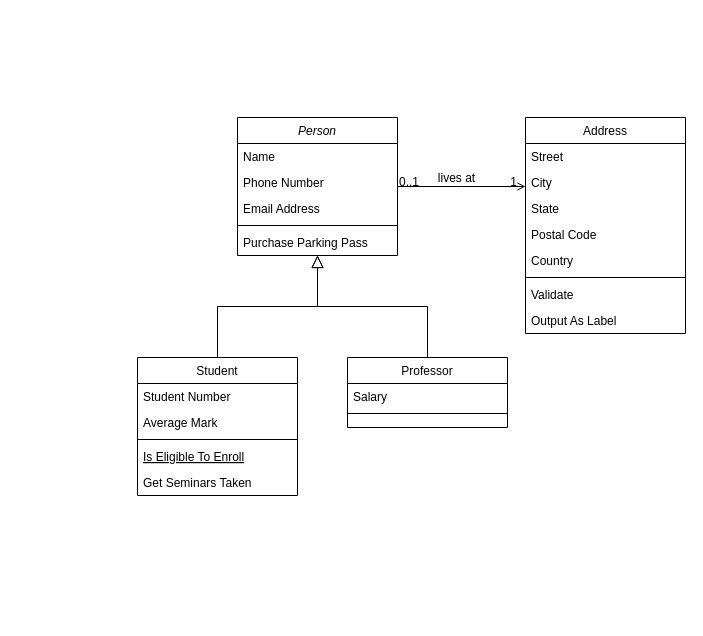
This is draw_io/名称未設定ファイル.drawio from nosh11/yacht_shisaku, a draw.io file, before an edit. Source tidied: cells renumbered, new cells numbered last; positions are measured from the earlier drawing's top-left corner, leaving out a move shared by most shapes. Both pictures are drawn from the tidied source at 100%, with x=0, y=0 at pixel (137, 117).
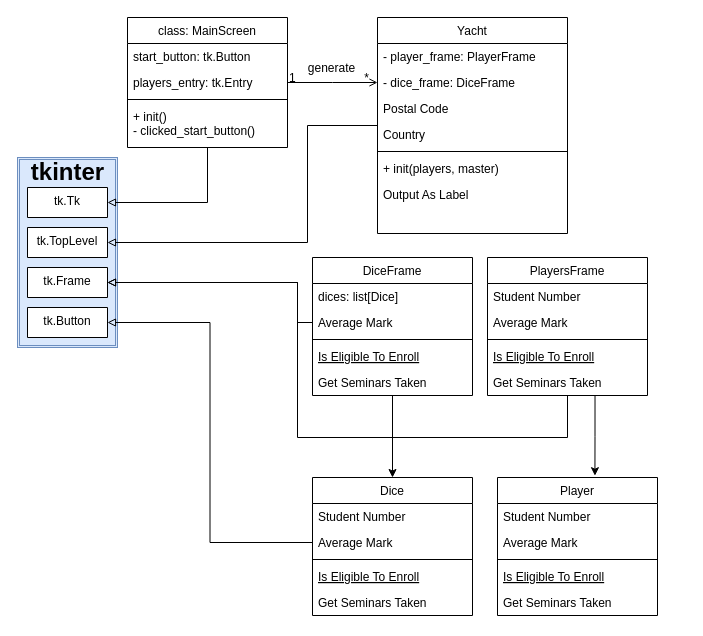
After the change.

Commit message:
クラス図.drawio を更新します

The change refers to these unchanged cells:
```xml
<mxCell id="10" value="Average Mark" style="text;align=left;verticalAlign=top;spacingLeft=4;spacingRight=4;overflow=hidden;points=[[0,0.5],[1,0.5]];portConstraint=eastwest;rounded=0;shadow=0;html=0;" parent="8" vertex="1">
  <mxGeometry y="52" width="160" height="26" as="geometry" />
</mxCell>
<mxCell id="28" style="endArrow=open;shadow=0;strokeWidth=1;rounded=0;curved=0;endFill=1;edgeStyle=elbowEdgeStyle;elbow=vertical;" parent="1" edge="1" source="2" target="19">
  <mxGeometry x="0.5" y="41" relative="1" as="geometry">
    <mxPoint x="-40" y="32" as="offset" />
  </mxGeometry>
</mxCell>
```

Change to the diagram source:
```diff
@@
+    <mxCell id="32" style="shape=ext;double=1;rounded=0;whiteSpace=wrap;html=1;fillColor=#dae8fc;strokeColor=#6c8ebf;" parent="1" vertex="1">
+      <mxGeometry x="-120" y="40" width="100" height="190" as="geometry" />
+    </mxCell>
+    <mxCell id="33" style="edgeStyle=orthogonalEdgeStyle;rounded=0;jettySize=auto;html=1;exitX=0.5;exitY=1;exitDx=0;exitDy=0;entryX=1;entryY=0.5;entryDx=0;entryDy=0;endArrow=block;endFill=0;" parent="1" edge="1" source="2" target="38">
+      <mxGeometry relative="1" as="geometry">
+        <Array as="points">
+          <mxPoint x="70" y="85" />
+        </Array>
+      </mxGeometry>
+    </mxCell>
-    <mxCell id="2" value="Person" style="swimlane;fontStyle=2;align=center;verticalAlign=top;horizontal=1;startSize=26;rounded=0;shadow=0;strokeWidth=1;" parent="1" vertex="1">
-      <mxGeometry x="100" width="160" height="138" as="geometry" />
+    <mxCell id="2" value="class: MainScreen" style="swimlane;fontStyle=0;align=center;verticalAlign=top;horizontal=1;startSize=26;rounded=0;shadow=0;strokeWidth=1;" parent="1" vertex="1">
+      <mxGeometry x="-10" y="-100" width="160" height="130" as="geometry" />
     </mxCell>
-    <mxCell id="3" value="Name" style="text;align=left;verticalAlign=top;spacingLeft=4;spacingRight=4;overflow=hidden;" parent="2" vertex="1">
+    <mxCell id="3" value="start_button: tk.Button" style="text;align=left;verticalAlign=top;spacingLeft=4;spacingRight=4;overflow=hidden;" parent="2" vertex="1">
       <mxGeometry y="26" width="160" height="26" as="geometry" />
     </mxCell>
-    <mxCell id="4" value="Phone Number" style="text;align=left;verticalAlign=top;spacingLeft=4;spacingRight=4;overflow=hidden;rounded=0;shadow=0;html=0;" parent="2" vertex="1">
+    <mxCell id="4" value="players_entry: tk.Entry" style="text;align=left;verticalAlign=top;spacingLeft=4;spacingRight=4;overflow=hidden;rounded=0;shadow=0;html=0;" parent="2" vertex="1">
       <mxGeometry y="52" width="160" height="26" as="geometry" />
     </mxCell>
-    <mxCell id="5" value="Email Address" style="text;align=left;verticalAlign=top;spacingLeft=4;spacingRight=4;overflow=hidden;rounded=0;shadow=0;html=0;" parent="2" vertex="1">
-      <mxGeometry y="78" width="160" height="26" as="geometry" />
-    </mxCell>
     <mxCell id="6" style="line;html=1;strokeWidth=1;align=left;verticalAlign=middle;spacingTop=-1;spacingLeft=3;spacingRight=3;labelPosition=right;" parent="2" vertex="1">
-      <mxGeometry y="104" width="160" height="8" as="geometry" />
+      <mxGeometry y="78" width="160" height="8" as="geometry" />
     </mxCell>
-    <mxCell id="7" value="Purchase Parking Pass" style="text;align=left;verticalAlign=top;spacingLeft=4;spacingRight=4;overflow=hidden;" parent="2" vertex="1">
-      <mxGeometry y="112" width="160" height="26" as="geometry" />
+    <mxCell id="7" value="+ init()&#10;- clicked_start_button()" style="text;align=left;verticalAlign=top;spacingLeft=4;spacingRight=4;overflow=hidden;" parent="2" vertex="1">
+      <mxGeometry y="86" width="160" height="44" as="geometry" />
     </mxCell>
+    <mxCell id="34" style="edgeStyle=orthogonalEdgeStyle;rounded=0;jettySize=auto;html=1;entryX=0.5;entryY=0;entryDx=0;entryDy=0;" parent="1" edge="1" source="8" target="48">
+      <mxGeometry relative="1" as="geometry" />
+    </mxCell>
-    <mxCell id="8" value="Student" style="swimlane;fontStyle=0;align=center;verticalAlign=top;horizontal=1;startSize=26;rounded=0;shadow=0;strokeWidth=1;" parent="1" vertex="1">
-      <mxGeometry y="240" width="160" height="138" as="geometry" />
+    <mxCell id="8" value="DiceFrame" style="swimlane;fontStyle=0;align=center;verticalAlign=top;horizontal=1;startSize=26;rounded=0;shadow=0;strokeWidth=1;" parent="1" vertex="1">
+      <mxGeometry x="175" y="140" width="160" height="138" as="geometry" />
     </mxCell>
-    <mxCell id="9" value="Student Number" style="text;align=left;verticalAlign=top;spacingLeft=4;spacingRight=4;overflow=hidden;" parent="8" vertex="1">
+    <mxCell id="9" value="dices: list[Dice]" style="text;align=left;verticalAlign=top;spacingLeft=4;spacingRight=4;overflow=hidden;" parent="8" vertex="1">
       <mxGeometry y="26" width="160" height="26" as="geometry" />
     </mxCell>
@@
-    <mxCell id="14" style="endArrow=block;endSize=10;endFill=0;shadow=0;strokeWidth=1;rounded=0;curved=0;edgeStyle=elbowEdgeStyle;elbow=vertical;" parent="1" edge="1" source="8" target="2">
-      <mxGeometry relative="1" as="geometry" />
-    </mxCell>
-    <mxCell id="15" value="Professor" style="swimlane;fontStyle=0;align=center;verticalAlign=top;horizontal=1;startSize=26;rounded=0;shadow=0;strokeWidth=1;" parent="1" vertex="1">
-      <mxGeometry x="210" y="240" width="160" height="70" as="geometry" />
-    </mxCell>
-    <mxCell id="16" value="Salary" style="text;align=left;verticalAlign=top;spacingLeft=4;spacingRight=4;overflow=hidden;" parent="15" vertex="1">
-      <mxGeometry y="26" width="160" height="26" as="geometry" />
-    </mxCell>
-    <mxCell id="17" style="line;html=1;strokeWidth=1;align=left;verticalAlign=middle;spacingTop=-1;spacingLeft=3;spacingRight=3;labelPosition=right;" parent="15" vertex="1">
-      <mxGeometry y="52" width="160" height="8" as="geometry" />
-    </mxCell>
-    <mxCell id="18" style="endArrow=block;endSize=10;endFill=0;shadow=0;strokeWidth=1;rounded=0;curved=0;edgeStyle=elbowEdgeStyle;elbow=vertical;" parent="1" edge="1" source="15" target="2">
-      <mxGeometry relative="1" as="geometry" />
-    </mxCell>
+    <mxCell id="35" style="edgeStyle=orthogonalEdgeStyle;rounded=0;jettySize=auto;html=1;entryX=1;entryY=0.5;entryDx=0;entryDy=0;endArrow=block;endFill=0;" parent="1" edge="1" source="19" target="37">
+      <mxGeometry relative="1" as="geometry">
+        <Array as="points">
+          <mxPoint x="170" y="125" />
+        </Array>
+      </mxGeometry>
+    </mxCell>
-    <mxCell id="19" value="Address" style="swimlane;fontStyle=0;align=center;verticalAlign=top;horizontal=1;startSize=26;rounded=0;shadow=0;strokeWidth=1;" parent="1" vertex="1">
-      <mxGeometry x="388" width="160" height="216" as="geometry" />
+    <mxCell id="19" value="Yacht" style="swimlane;fontStyle=0;align=center;verticalAlign=top;horizontal=1;startSize=26;rounded=0;shadow=0;strokeWidth=1;" parent="1" vertex="1">
+      <mxGeometry x="240" y="-100" width="190" height="216" as="geometry" />
     </mxCell>
-    <mxCell id="20" value="Street" style="text;align=left;verticalAlign=top;spacingLeft=4;spacingRight=4;overflow=hidden;" parent="19" vertex="1">
-      <mxGeometry y="26" width="160" height="26" as="geometry" />
+    <mxCell id="20" value="- player_frame: PlayerFrame" style="text;align=left;verticalAlign=top;spacingLeft=4;spacingRight=4;overflow=hidden;" parent="19" vertex="1">
+      <mxGeometry y="26" width="190" height="26" as="geometry" />
     </mxCell>
-    <mxCell id="21" value="City" style="text;align=left;verticalAlign=top;spacingLeft=4;spacingRight=4;overflow=hidden;rounded=0;shadow=0;html=0;" parent="19" vertex="1">
-      <mxGeometry y="52" width="160" height="26" as="geometry" />
+    <mxCell id="21" value="- dice_frame: DiceFrame" style="text;align=left;verticalAlign=top;spacingLeft=4;spacingRight=4;overflow=hidden;rounded=0;shadow=0;html=0;" parent="19" vertex="1">
+      <mxGeometry y="52" width="190" height="26" as="geometry" />
     </mxCell>
-    <mxCell id="22" value="State" style="text;align=left;verticalAlign=top;spacingLeft=4;spacingRight=4;overflow=hidden;rounded=0;shadow=0;html=0;" parent="19" vertex="1">
-      <mxGeometry y="78" width="160" height="26" as="geometry" />
-    </mxCell>
     <mxCell id="23" value="Postal Code" style="text;align=left;verticalAlign=top;spacingLeft=4;spacingRight=4;overflow=hidden;rounded=0;shadow=0;html=0;" parent="19" vertex="1">
-      <mxGeometry y="104" width="160" height="26" as="geometry" />
+      <mxGeometry y="78" width="190" height="26" as="geometry" />
     </mxCell>
     <mxCell id="24" value="Country" style="text;align=left;verticalAlign=top;spacingLeft=4;spacingRight=4;overflow=hidden;rounded=0;shadow=0;html=0;" parent="19" vertex="1">
-      <mxGeometry y="130" width="160" height="26" as="geometry" />
+      <mxGeometry y="104" width="190" height="26" as="geometry" />
     </mxCell>
     <mxCell id="25" style="line;html=1;strokeWidth=1;align=left;verticalAlign=middle;spacingTop=-1;spacingLeft=3;spacingRight=3;labelPosition=right;" parent="19" vertex="1">
-      <mxGeometry y="156" width="160" height="8" as="geometry" />
+      <mxGeometry y="130" width="190" height="8" as="geometry" />
     </mxCell>
-    <mxCell id="26" value="Validate" style="text;align=left;verticalAlign=top;spacingLeft=4;spacingRight=4;overflow=hidden;" parent="19" vertex="1">
-      <mxGeometry y="164" width="160" height="26" as="geometry" />
+    <mxCell id="26" value="+ init(players, master)" style="text;align=left;verticalAlign=top;spacingLeft=4;spacingRight=4;overflow=hidden;" parent="19" vertex="1">
+      <mxGeometry y="138" width="190" height="26" as="geometry" />
     </mxCell>
     <mxCell id="27" value="Output As Label" style="text;align=left;verticalAlign=top;spacingLeft=4;spacingRight=4;overflow=hidden;" parent="19" vertex="1">
-      <mxGeometry y="190" width="160" height="26" as="geometry" />
+      <mxGeometry y="164" width="190" height="26" as="geometry" />
     </mxCell>
@@
-    <mxCell id="29" value="0..1" style="align=left;verticalAlign=bottom;labelBackgroundColor=none;fontSize=12;" parent="28" vertex="1">
+    <mxCell id="29" value="1" style="align=left;verticalAlign=bottom;labelBackgroundColor=none;fontSize=12;" parent="28" vertex="1">
       <mxGeometry x="-1" relative="1" as="geometry">
         <mxPoint y="4" as="offset" />
       </mxGeometry>
     </mxCell>
-    <mxCell id="30" value="1" style="align=right;verticalAlign=bottom;labelBackgroundColor=none;fontSize=12;" parent="28" vertex="1">
+    <mxCell id="30" value="*" style="align=right;verticalAlign=bottom;labelBackgroundColor=none;fontSize=12;" parent="28" vertex="1">
       <mxGeometry x="1" relative="1" as="geometry">
         <mxPoint x="-7" y="4" as="offset" />
       </mxGeometry>
     </mxCell>
-    <mxCell id="31" value="lives at" style="text;html=1;align=center;verticalAlign=middle;labelBackgroundColor=none;rounded=0;shadow=0;strokeWidth=1;fontSize=12;" parent="28" vertex="1">
+    <mxCell id="31" value="generate" style="text;html=1;align=center;verticalAlign=middle;labelBackgroundColor=none;rounded=0;shadow=0;strokeWidth=1;fontSize=12;" parent="28" vertex="1">
       <mxGeometry x="0.5" y="49" relative="1" as="geometry">
-        <mxPoint x="-38" y="40" as="offset" />
+        <mxPoint x="-25" y="34" as="offset" />
       </mxGeometry>
     </mxCell>
+    <mxCell id="36" value="tk.Button" style="swimlane;fontStyle=0;align=center;verticalAlign=top;horizontal=1;startSize=40;rounded=0;shadow=0;strokeWidth=1;" parent="1" vertex="1">
+      <mxGeometry x="-110" y="190" width="80" height="30" as="geometry" />
+    </mxCell>
+    <mxCell id="37" value="tk.TopLevel&#10;" style="swimlane;fontStyle=0;align=center;verticalAlign=top;horizontal=1;startSize=40;rounded=0;shadow=0;strokeWidth=1;" parent="1" vertex="1">
+      <mxGeometry x="-110" y="110" width="80" height="30" as="geometry" />
+    </mxCell>
+    <mxCell id="38" value="tk.Tk" style="swimlane;fontStyle=0;align=center;verticalAlign=top;horizontal=1;startSize=40;rounded=0;shadow=0;strokeWidth=1;" parent="1" vertex="1">
+      <mxGeometry x="-110" y="70" width="80" height="30" as="geometry" />
+    </mxCell>
+    <mxCell id="39" value="tk.Frame" style="swimlane;fontStyle=0;align=center;verticalAlign=top;horizontal=1;startSize=40;rounded=0;shadow=0;strokeWidth=1;" parent="1" vertex="1">
+      <mxGeometry x="-110" y="150" width="80" height="30" as="geometry" />
+    </mxCell>
+    <mxCell id="40" style="edgeStyle=orthogonalEdgeStyle;rounded=0;jettySize=auto;html=1;exitX=0;exitY=0.5;exitDx=0;exitDy=0;entryX=1;entryY=0.5;entryDx=0;entryDy=0;endArrow=block;endFill=0;" parent="1" edge="1" source="10" target="39">
+      <mxGeometry relative="1" as="geometry">
+        <Array as="points">
+          <mxPoint x="160" y="205" />
+          <mxPoint x="160" y="165" />
+        </Array>
+      </mxGeometry>
+    </mxCell>
+    <mxCell id="41" style="edgeStyle=orthogonalEdgeStyle;rounded=0;jettySize=auto;html=1;endArrow=block;endFill=0;" parent="1" edge="1" source="42">
+      <mxGeometry relative="1" as="geometry">
+        <mxPoint x="-30" y="165" as="targetPoint" />
+        <Array as="points">
+          <mxPoint x="430" y="320" />
+          <mxPoint x="160" y="320" />
+          <mxPoint x="160" y="165" />
+        </Array>
+      </mxGeometry>
+    </mxCell>
+    <mxCell id="42" value="PlayersFrame" style="swimlane;fontStyle=0;align=center;verticalAlign=top;horizontal=1;startSize=26;rounded=0;shadow=0;strokeWidth=1;" parent="1" vertex="1">
+      <mxGeometry x="350" y="140" width="160" height="138" as="geometry" />
+    </mxCell>
+    <mxCell id="43" value="Student Number" style="text;align=left;verticalAlign=top;spacingLeft=4;spacingRight=4;overflow=hidden;" parent="42" vertex="1">
+      <mxGeometry y="26" width="160" height="26" as="geometry" />
+    </mxCell>
+    <mxCell id="44" value="Average Mark" style="text;align=left;verticalAlign=top;spacingLeft=4;spacingRight=4;overflow=hidden;rounded=0;shadow=0;html=0;" parent="42" vertex="1">
+      <mxGeometry y="52" width="160" height="26" as="geometry" />
+    </mxCell>
+    <mxCell id="45" style="line;html=1;strokeWidth=1;align=left;verticalAlign=middle;spacingTop=-1;spacingLeft=3;spacingRight=3;labelPosition=right;" parent="42" vertex="1">
+      <mxGeometry y="78" width="160" height="8" as="geometry" />
+    </mxCell>
+    <mxCell id="46" value="Is Eligible To Enroll" style="text;align=left;verticalAlign=top;spacingLeft=4;spacingRight=4;overflow=hidden;fontStyle=4;" parent="42" vertex="1">
+      <mxGeometry y="86" width="160" height="26" as="geometry" />
+    </mxCell>
+    <mxCell id="47" value="Get Seminars Taken" style="text;align=left;verticalAlign=top;spacingLeft=4;spacingRight=4;overflow=hidden;points=[[0,0.5],[1,0.5]];portConstraint=eastwest;" parent="42" vertex="1">
+      <mxGeometry y="112" width="160" height="26" as="geometry" />
+    </mxCell>
+    <mxCell id="48" value="Dice" style="swimlane;fontStyle=0;align=center;verticalAlign=top;horizontal=1;startSize=26;rounded=0;shadow=0;strokeWidth=1;" parent="1" vertex="1">
+      <mxGeometry x="175" y="360" width="160" height="138" as="geometry" />
+    </mxCell>
+    <mxCell id="49" value="Student Number" style="text;align=left;verticalAlign=top;spacingLeft=4;spacingRight=4;overflow=hidden;" parent="48" vertex="1">
+      <mxGeometry y="26" width="160" height="26" as="geometry" />
+    </mxCell>
+    <mxCell id="50" value="Average Mark" style="text;align=left;verticalAlign=top;spacingLeft=4;spacingRight=4;overflow=hidden;points=[[0,0.5],[1,0.5]];portConstraint=eastwest;rounded=0;shadow=0;html=0;" parent="48" vertex="1">
+      <mxGeometry y="52" width="160" height="26" as="geometry" />
+    </mxCell>
+    <mxCell id="51" style="line;html=1;strokeWidth=1;align=left;verticalAlign=middle;spacingTop=-1;spacingLeft=3;spacingRight=3;labelPosition=right;" parent="48" vertex="1">
+      <mxGeometry y="78" width="160" height="8" as="geometry" />
+    </mxCell>
+    <mxCell id="52" value="Is Eligible To Enroll" style="text;align=left;verticalAlign=top;spacingLeft=4;spacingRight=4;overflow=hidden;fontStyle=4;" parent="48" vertex="1">
+      <mxGeometry y="86" width="160" height="26" as="geometry" />
+    </mxCell>
+    <mxCell id="53" value="Get Seminars Taken" style="text;align=left;verticalAlign=top;spacingLeft=4;spacingRight=4;overflow=hidden;" parent="48" vertex="1">
+      <mxGeometry y="112" width="160" height="26" as="geometry" />
+    </mxCell>
+    <mxCell id="54" value="Player" style="swimlane;fontStyle=0;align=center;verticalAlign=top;horizontal=1;startSize=26;rounded=0;shadow=0;strokeWidth=1;" parent="1" vertex="1">
+      <mxGeometry x="360" y="360" width="160" height="138" as="geometry" />
+    </mxCell>
+    <mxCell id="55" value="Student Number" style="text;align=left;verticalAlign=top;spacingLeft=4;spacingRight=4;overflow=hidden;" parent="54" vertex="1">
+      <mxGeometry y="26" width="160" height="26" as="geometry" />
+    </mxCell>
+    <mxCell id="56" value="Average Mark" style="text;align=left;verticalAlign=top;spacingLeft=4;spacingRight=4;overflow=hidden;rounded=0;shadow=0;html=0;" parent="54" vertex="1">
+      <mxGeometry y="52" width="160" height="26" as="geometry" />
+    </mxCell>
+    <mxCell id="57" style="line;html=1;strokeWidth=1;align=left;verticalAlign=middle;spacingTop=-1;spacingLeft=3;spacingRight=3;labelPosition=right;" parent="54" vertex="1">
+      <mxGeometry y="78" width="160" height="8" as="geometry" />
+    </mxCell>
+    <mxCell id="58" value="Is Eligible To Enroll" style="text;align=left;verticalAlign=top;spacingLeft=4;spacingRight=4;overflow=hidden;fontStyle=4;" parent="54" vertex="1">
+      <mxGeometry y="86" width="160" height="26" as="geometry" />
+    </mxCell>
+    <mxCell id="59" value="Get Seminars Taken" style="text;align=left;verticalAlign=top;spacingLeft=4;spacingRight=4;overflow=hidden;" parent="54" vertex="1">
+      <mxGeometry y="112" width="160" height="26" as="geometry" />
+    </mxCell>
+    <mxCell id="60" style="edgeStyle=orthogonalEdgeStyle;rounded=0;jettySize=auto;html=1;exitX=0;exitY=0.5;exitDx=0;exitDy=0;entryX=1;entryY=0.5;entryDx=0;entryDy=0;endArrow=block;endFill=0;" parent="1" edge="1" source="50" target="36">
+      <mxGeometry relative="1" as="geometry" />
+    </mxCell>
+    <mxCell id="61" style="edgeStyle=orthogonalEdgeStyle;rounded=0;jettySize=auto;html=1;entryX=0.609;entryY=-0.013;entryDx=0;entryDy=0;exitX=0.672;exitY=1.006;exitDx=0;exitDy=0;exitPerimeter=0;entryPerimeter=0;" parent="1" edge="1" source="47" target="54">
+      <mxGeometry relative="1" as="geometry" />
+    </mxCell>
+    <mxCell id="62" value="tkinter" style="text;strokeColor=none;fillColor=none;html=1;fontSize=24;fontStyle=1;verticalAlign=middle;align=center;" parent="1" vertex="1">
+      <mxGeometry x="-120" y="40" width="100" height="30" as="geometry" />
+    </mxCell>
```
